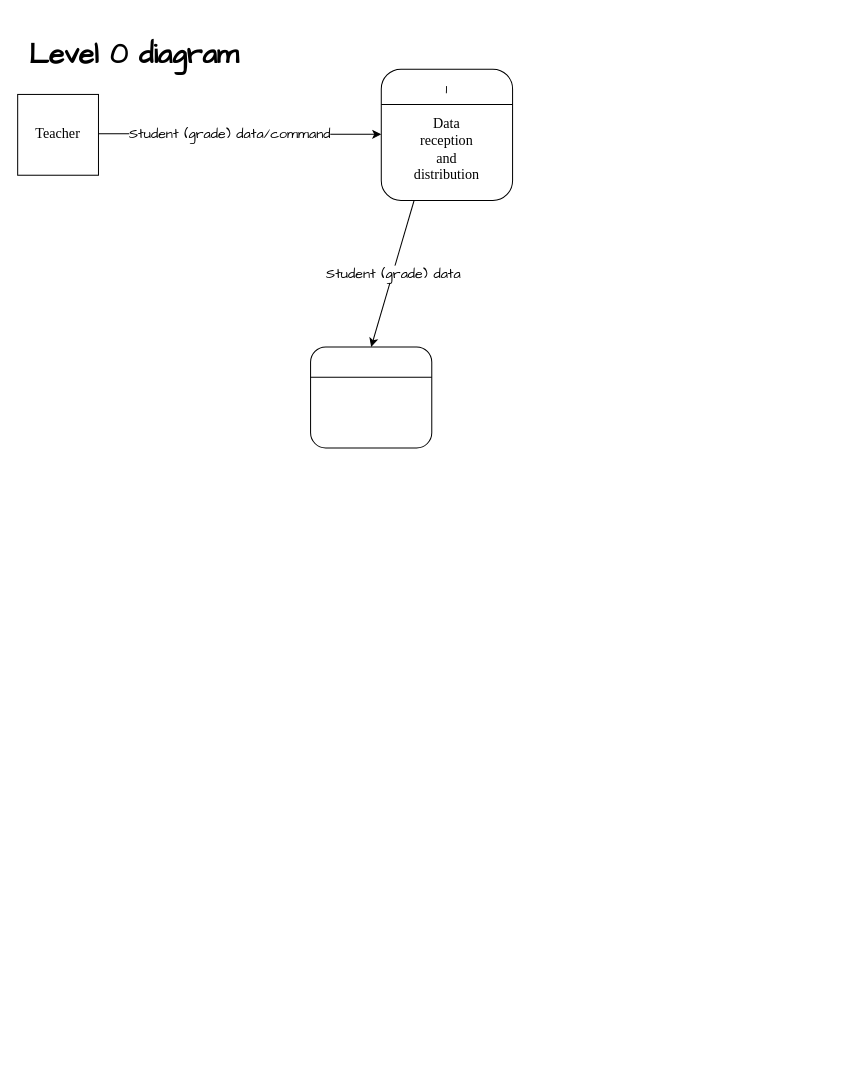
Earlier version of the draw.io diagram diagrams/DFD/Level 0 diagram.drawio (brokencuph/study-to-think). Source tidied: cells renumbered, new cells numbered last; positions are measured from the earlier drawing's top-left corner, leaving out a move shared by most shapes. Both pictures are drawn from the tidied source at 101%, with x=0, y=0 at pixel (17, 23).
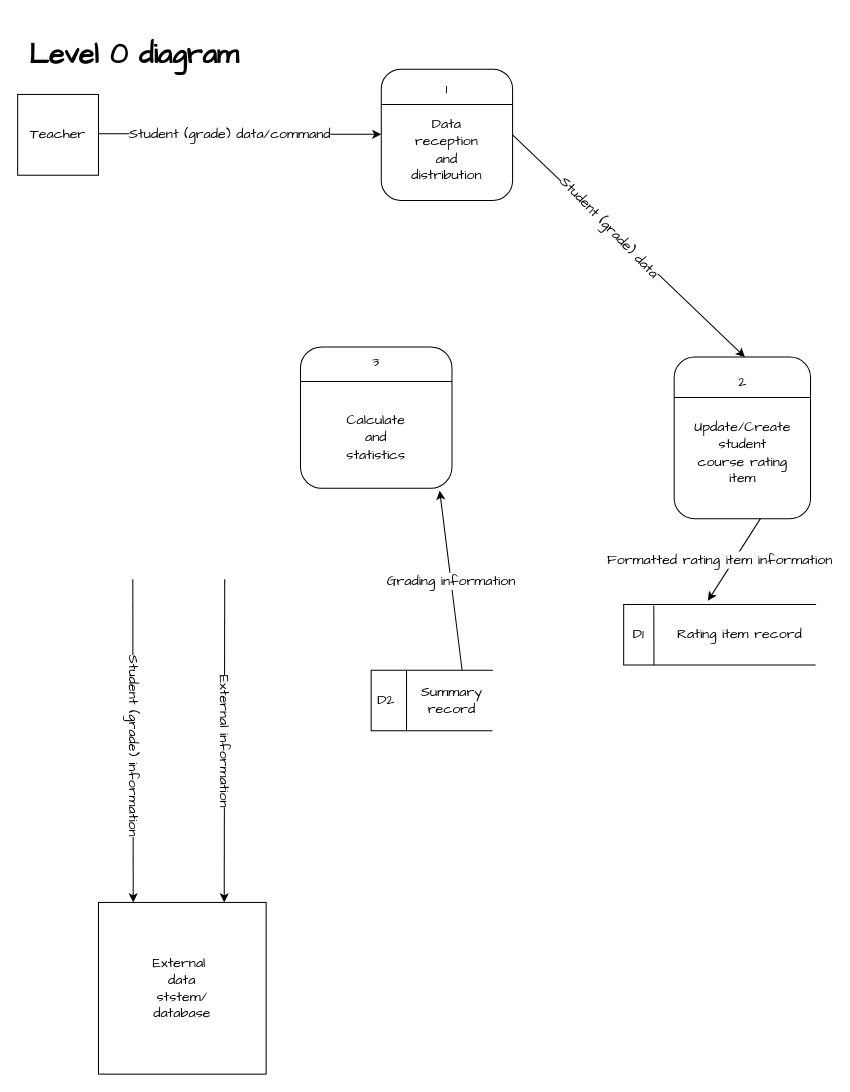
The same diagram, later.

The change refers to these unchanged cells:
```xml
<mxCell id="6" style="rounded=1;whiteSpace=wrap;html=1;fontFamily=Comic Sans MS;fontSize=14;" parent="1" vertex="1">
  <mxGeometry x="360" y="45" width="130" height="130" as="geometry" />
</mxCell>
```

Change to the diagram source:
```diff
@@
-    <mxCell id="2" value="&lt;font face=&quot;Times New Roman&quot; style=&quot;font-size: 14px&quot;&gt;Teacher&lt;/font&gt;" style="whiteSpace=wrap;html=1;" parent="1" vertex="1">
+    <mxCell id="2" value="&lt;font style=&quot;font-size: 14px&quot; face=&quot;Comic Sans MS&quot;&gt;Teacher&lt;/font&gt;" style="whiteSpace=wrap;html=1;" parent="1" vertex="1">
       <mxGeometry y="70" width="80" height="80" as="geometry" />
     </mxCell>
@@
-    <mxCell id="9" value="&lt;font face=&quot;Times New Roman&quot;&gt;Data reception and distribution&lt;/font&gt;" style="text;html=1;strokeColor=none;fillColor=none;align=center;verticalAlign=middle;whiteSpace=wrap;rounded=0;fontFamily=Comic Sans MS;fontSize=14;" parent="1" vertex="1">
+    <mxCell id="9" value="Data reception and distribution" style="text;html=1;strokeColor=none;fillColor=none;align=center;verticalAlign=middle;whiteSpace=wrap;rounded=0;fontFamily=Comic Sans MS;fontSize=14;" parent="1" vertex="1">
       <mxGeometry x="395" y="110" width="60" height="30" as="geometry" />
     </mxCell>
-    <mxCell id="10" style="endArrow=classic;html=1;rounded=0;fontFamily=Times New Roman;fontSize=14;exitX=0.25;exitY=1;exitDx=0;exitDy=0;" parent="1" edge="1" source="6">
+    <mxCell id="10" style="endArrow=classic;html=1;rounded=0;fontFamily=Times New Roman;fontSize=14;exitX=1;exitY=0.5;exitDx=0;exitDy=0;" parent="1" edge="1" source="6">
       <mxGeometry relative="1" as="geometry">
-        <mxPoint x="350" y="320" as="targetPoint" />
+        <mxPoint x="720" y="330" as="targetPoint" />
       </mxGeometry>
     </mxCell>
-    <mxCell id="11" value="&lt;font face=&quot;Comic Sans MS&quot;&gt;Student (grade) data&lt;/font&gt;" style="edgeLabel;html=1;align=center;verticalAlign=middle;fontFamily=Times New Roman;fontSize=14;" parent="10" vertex="1">
-      <mxGeometry relative="1" as="geometry" />
+    <mxCell id="11" value="&lt;font face=&quot;Comic Sans MS&quot;&gt;Student (grade) data&lt;/font&gt;" style="edgeLabel;html=1;align=center;verticalAlign=middle;fontFamily=Times New Roman;fontSize=14;rotation=46;" parent="10" vertex="1">
+      <mxGeometry relative="1" as="geometry">
+        <mxPoint x="-19" y="-19" as="offset" />
+      </mxGeometry>
     </mxCell>
     <mxCell id="12" style="rounded=1;whiteSpace=wrap;html=1;fontFamily=Comic Sans MS;fontSize=14;" parent="1" vertex="1">
-      <mxGeometry x="290" y="320" width="120" height="100" as="geometry" />
+      <mxGeometry x="650" y="330" width="135" height="160" as="geometry" />
     </mxCell>
     <mxCell id="13" style="endArrow=none;html=1;rounded=0;fontFamily=Comic Sans MS;fontSize=14;" parent="1" edge="1">
       <mxGeometry relative="1" as="geometry">
-        <mxPoint x="290" y="350" as="sourcePoint" />
-        <mxPoint x="410" y="350" as="targetPoint" />
+        <mxPoint x="650" y="370" as="sourcePoint" />
+        <mxPoint x="785" y="370" as="targetPoint" />
         <Array as="points">
-          <mxPoint x="310" y="350" />
+          <mxPoint x="670" y="370" />
         </Array>
       </mxGeometry>
     </mxCell>
+    <mxCell id="14" value="2" style="text;html=1;strokeColor=none;fillColor=none;align=center;verticalAlign=middle;whiteSpace=wrap;rounded=0;fontFamily=Comic Sans MS;fontSize=14;" parent="1" vertex="1">
+      <mxGeometry x="687.5" y="340" width="60" height="30" as="geometry" />
+    </mxCell>
+    <mxCell id="15" value="Update/Create&lt;br&gt;student course rating&lt;br&gt;item" style="text;html=1;strokeColor=none;fillColor=none;align=center;verticalAlign=middle;whiteSpace=wrap;rounded=0;fontFamily=Comic Sans MS;fontSize=14;" parent="1" vertex="1">
+      <mxGeometry x="687.5" y="410" width="60" height="30" as="geometry" />
+    </mxCell>
+    <mxCell id="16" style="endArrow=classic;html=1;rounded=0;fontFamily=Comic Sans MS;fontSize=14;exitX=0.41;exitY=1.003;exitDx=0;exitDy=0;exitPerimeter=0;entryX=0.439;entryY=-0.061;entryDx=0;entryDy=0;entryPerimeter=0;" parent="1" edge="1" target="18">
+      <mxGeometry relative="1" as="geometry">
+        <mxPoint x="735.4" y="490" as="sourcePoint" />
+      </mxGeometry>
+    </mxCell>
+    <mxCell id="17" value="Formatted rating item information" style="edgeLabel;html=1;align=center;verticalAlign=middle;fontFamily=Comic Sans MS;fontSize=14;" parent="16" vertex="1">
+      <mxGeometry relative="1" as="geometry">
+        <mxPoint x="-15" as="offset" />
+      </mxGeometry>
+    </mxCell>
+    <mxCell id="18" style="shape=partialRectangle;whiteSpace=wrap;html=1;bottom=0;right=0;fillColor=none;fontFamily=Comic Sans MS;fontSize=14;" parent="1" vertex="1">
+      <mxGeometry x="600" y="575" width="190" height="60" as="geometry" />
+    </mxCell>
+    <mxCell id="19" style="endArrow=none;html=1;rounded=0;fontFamily=Comic Sans MS;fontSize=14;entryX=1;entryY=1;entryDx=0;entryDy=0;exitX=0;exitY=1;exitDx=0;exitDy=0;" parent="1" edge="1" source="18" target="18">
+      <mxGeometry relative="1" as="geometry" />
+    </mxCell>
+    <mxCell id="20" style="endArrow=none;html=1;rounded=0;fontFamily=Comic Sans MS;fontSize=14;entryX=0.157;entryY=0.017;entryDx=0;entryDy=0;entryPerimeter=0;" parent="1" edge="1" target="18">
+      <mxGeometry relative="1" as="geometry">
+        <mxPoint x="630" y="635" as="sourcePoint" />
+      </mxGeometry>
+    </mxCell>
+    <mxCell id="21" value="D1" style="text;html=1;strokeColor=none;fillColor=none;align=center;verticalAlign=middle;whiteSpace=wrap;rounded=0;fontFamily=Comic Sans MS;fontSize=14;rotation=0;" parent="1" vertex="1">
+      <mxGeometry x="585" y="590" width="60" height="30" as="geometry" />
+    </mxCell>
+    <mxCell id="22" value="Rating item record" style="text;html=1;strokeColor=none;fillColor=none;align=center;verticalAlign=middle;whiteSpace=wrap;rounded=0;fontFamily=Comic Sans MS;fontSize=14;" parent="1" vertex="1">
+      <mxGeometry x="645" y="590" width="140" height="30" as="geometry" />
+    </mxCell>
+    <mxCell id="23" style="rounded=0;whiteSpace=wrap;html=1;fontFamily=Comic Sans MS;fontSize=14;" parent="1" vertex="1">
+      <mxGeometry x="80" y="870" width="166" height="170" as="geometry" />
+    </mxCell>
+    <mxCell id="24" value="External&amp;nbsp; data ststem/&lt;br&gt;database" style="text;html=1;strokeColor=none;fillColor=none;align=center;verticalAlign=middle;whiteSpace=wrap;rounded=0;fontFamily=Comic Sans MS;fontSize=14;" parent="1" vertex="1">
+      <mxGeometry x="133" y="925" width="60" height="60" as="geometry" />
+    </mxCell>
+    <mxCell id="25" style="endArrow=classic;html=1;rounded=0;fontFamily=Comic Sans MS;fontSize=14;entryX=0.177;entryY=-0.002;entryDx=0;entryDy=0;entryPerimeter=0;" parent="1" edge="1">
+      <mxGeometry relative="1" as="geometry">
+        <mxPoint x="114" y="550" as="sourcePoint" />
+        <mxPoint x="114.4" y="870" as="targetPoint" />
+      </mxGeometry>
+    </mxCell>
+    <mxCell id="26" value="Student (grade) information" style="edgeLabel;html=1;align=center;verticalAlign=middle;fontFamily=Comic Sans MS;fontSize=14;rotation=90;" parent="25" vertex="1">
+      <mxGeometry relative="1" as="geometry">
+        <mxPoint x="1" y="4" as="offset" />
+      </mxGeometry>
+    </mxCell>
+    <mxCell id="27" style="endArrow=classic;html=1;rounded=0;fontFamily=Comic Sans MS;fontSize=14;entryX=0.75;entryY=0;entryDx=0;entryDy=0;" parent="1" edge="1" target="23">
+      <mxGeometry relative="1" as="geometry">
+        <mxPoint x="205" y="550" as="sourcePoint" />
+      </mxGeometry>
+    </mxCell>
+    <mxCell id="28" value="External information" style="edgeLabel;html=1;align=center;verticalAlign=middle;fontFamily=Comic Sans MS;fontSize=14;rotation=90;" parent="27" vertex="1">
+      <mxGeometry relative="1" as="geometry" />
+    </mxCell>
+    <mxCell id="29" style="rounded=1;whiteSpace=wrap;html=1;fontFamily=Comic Sans MS;fontSize=14;" parent="1" vertex="1">
+      <mxGeometry x="280" y="320" width="150" height="140" as="geometry" />
+    </mxCell>
+    <mxCell id="30" value="Calculate and statistics" style="text;html=1;strokeColor=none;fillColor=none;align=center;verticalAlign=middle;whiteSpace=wrap;rounded=0;fontFamily=Comic Sans MS;fontSize=14;" parent="1" vertex="1">
+      <mxGeometry x="325" y="395" width="60" height="30" as="geometry" />
+    </mxCell>
+    <mxCell id="31" style="endArrow=none;html=1;rounded=0;fontFamily=Comic Sans MS;fontSize=14;" parent="1" edge="1">
+      <mxGeometry relative="1" as="geometry">
+        <mxPoint x="280" y="354.3" as="sourcePoint" />
+        <mxPoint x="430" y="354.3" as="targetPoint" />
+      </mxGeometry>
+    </mxCell>
+    <mxCell id="32" value="3" style="text;html=1;strokeColor=none;fillColor=none;align=center;verticalAlign=middle;whiteSpace=wrap;rounded=0;fontFamily=Comic Sans MS;fontSize=14;" parent="1" vertex="1">
+      <mxGeometry x="325" y="320" width="60" height="30" as="geometry" />
+    </mxCell>
+    <mxCell id="33" style="shape=partialRectangle;whiteSpace=wrap;html=1;bottom=0;right=0;fillColor=none;fontFamily=Comic Sans MS;fontSize=14;" parent="1" vertex="1">
+      <mxGeometry x="350" y="640" width="120" height="60" as="geometry" />
+    </mxCell>
+    <mxCell id="34" style="endArrow=none;html=1;rounded=0;fontFamily=Comic Sans MS;fontSize=14;entryX=1;entryY=1;entryDx=0;entryDy=0;" parent="1" edge="1" target="33">
+      <mxGeometry relative="1" as="geometry">
+        <mxPoint x="350" y="700" as="sourcePoint" />
+      </mxGeometry>
+    </mxCell>
+    <mxCell id="35" style="endArrow=none;html=1;rounded=0;fontFamily=Comic Sans MS;fontSize=14;" parent="1" edge="1">
+      <mxGeometry relative="1" as="geometry">
+        <mxPoint x="385" y="700" as="sourcePoint" />
+        <mxPoint x="385" y="640" as="targetPoint" />
+      </mxGeometry>
+    </mxCell>
+    <mxCell id="36" value="D2" style="text;html=1;strokeColor=none;fillColor=none;align=center;verticalAlign=middle;whiteSpace=wrap;rounded=0;fontFamily=Comic Sans MS;fontSize=14;" parent="1" vertex="1">
+      <mxGeometry x="335" y="655" width="60" height="30" as="geometry" />
+    </mxCell>
+    <mxCell id="37" value="Summary record" style="text;html=1;strokeColor=none;fillColor=none;align=center;verticalAlign=middle;whiteSpace=wrap;rounded=0;fontFamily=Comic Sans MS;fontSize=14;" parent="1" vertex="1">
+      <mxGeometry x="390" y="655" width="80" height="30" as="geometry" />
+    </mxCell>
+    <mxCell id="38" style="endArrow=classic;html=1;rounded=0;fontFamily=Comic Sans MS;fontSize=14;exitX=0.75;exitY=0;exitDx=0;exitDy=0;entryX=0.919;entryY=1.017;entryDx=0;entryDy=0;entryPerimeter=0;" parent="1" edge="1" source="33" target="29">
+      <mxGeometry relative="1" as="geometry" />
+    </mxCell>
+    <mxCell id="39" value="Grading information" style="edgeLabel;html=1;align=center;verticalAlign=middle;fontFamily=Comic Sans MS;fontSize=14;" parent="38" vertex="1">
+      <mxGeometry relative="1" as="geometry" />
+    </mxCell>
```
